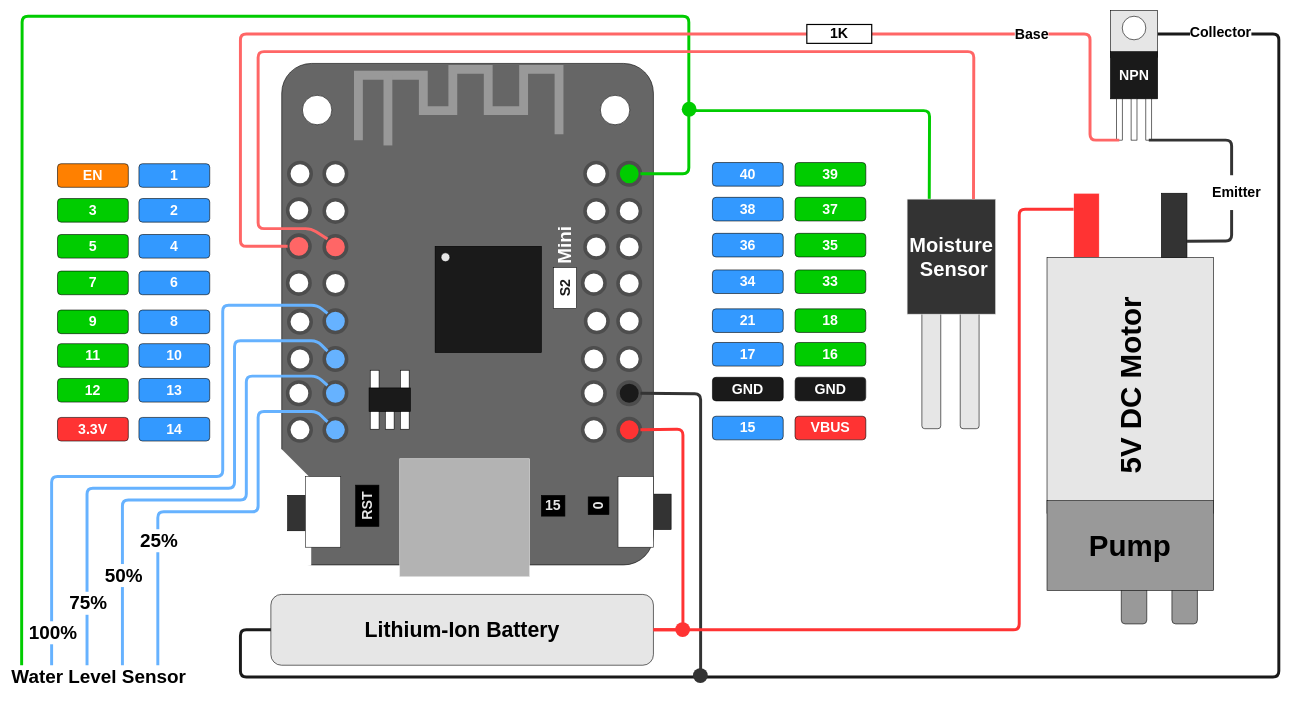
Before: Web/img/esp32s2.drawio in dimecho/ESPTiny-Plant, a draw.io diagram. Source tidied: cells renumbered, new cells numbered last; positions are measured from the earlier drawing's top-left corner, leaving out a move shared by most shapes. Both pictures are drawn from the tidied source at 59%, with x=0, y=0 at pixel (10, 10).
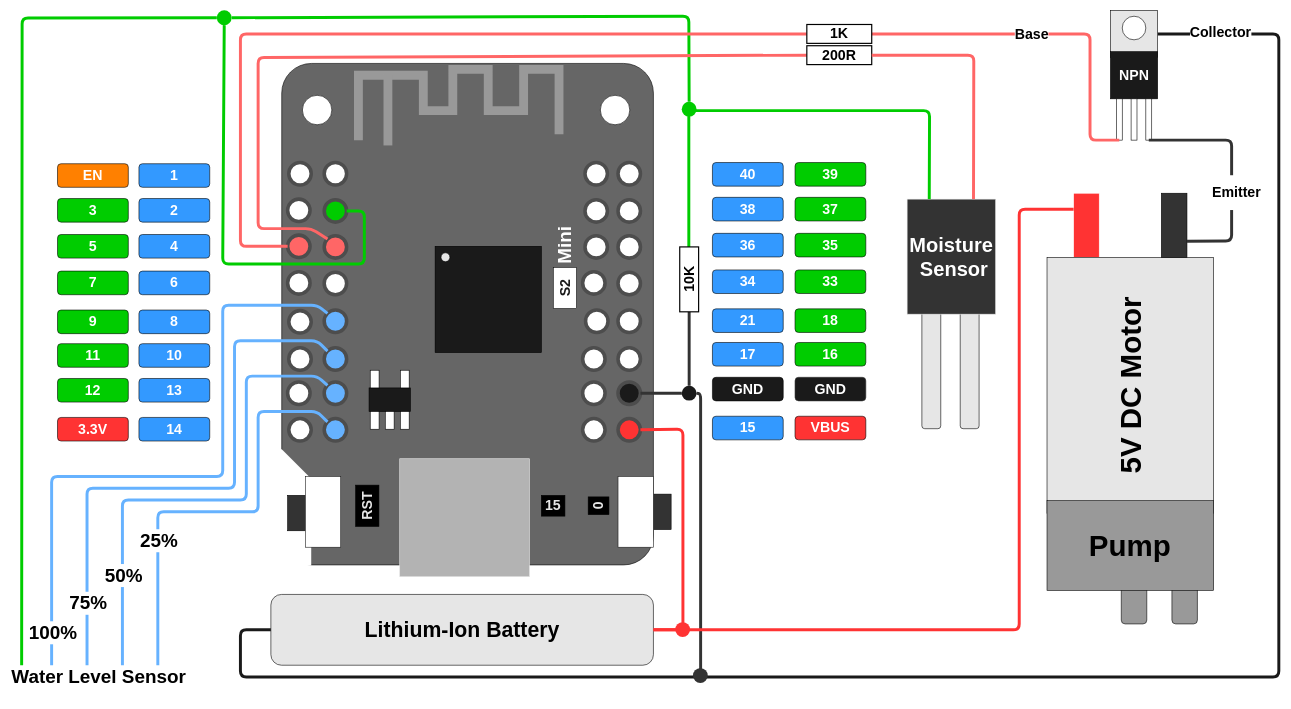
The same page after the edit.

Unchanged cells that the change refers to:
```xml
<mxCell id="70" style="ellipse;whiteSpace=wrap;html=1;strokeWidth=6;strokeColor=#4D4D4D;fillColor=#FF6666;" parent="1" vertex="1">
  <mxGeometry x="532" y="382" width="38" height="38" as="geometry" />
</mxCell>
<mxCell id="82" style="ellipse;whiteSpace=wrap;html=1;strokeWidth=6;strokeColor=#4D4D4D;fillColor=#1A1A1A;" parent="1" vertex="1">
  <mxGeometry x="1030" y="630" width="38" height="38" as="geometry" />
</mxCell>
<mxCell id="103" value="&lt;h2 style=&quot;font-size: 34px;&quot;&gt;&lt;font style=&quot;font-size: 34px;&quot; color=&quot;#ffffff&quot;&gt;Moisture&lt;/font&gt;&lt;font style=&quot;font-size: 34px;&quot;&gt;&lt;br&gt;&lt;font style=&quot;font-size: 34px;&quot; color=&quot;#ffffff&quot;&gt;&amp;nbsp;Sensor&lt;/font&gt;&lt;/font&gt;&lt;/h2&gt;" style="rounded=0;whiteSpace=wrap;html=1;strokeColor=#E6E6E6;fillColor=#333333;fontSize=24;fontColor=#333333;" parent="100" vertex="1">
  <mxGeometry x="10" width="150" height="195" as="geometry" />
</mxCell>
<mxCell id="121" style="ellipse;whiteSpace=wrap;html=1;strokeWidth=6;strokeColor=none;fillColor=#333333;" parent="1" vertex="1">
  <mxGeometry x="1157" y="1115" width="25.1" height="25.1" as="geometry" />
</mxCell>
<mxCell id="128" value="&lt;h1 style=&quot;font-size: 25px;&quot;&gt;&lt;font style=&quot;font-size: 32px;&quot;&gt;Water Level Sensor&lt;/font&gt;&lt;/h1&gt;" style="text;html=1;strokeColor=none;fillColor=none;align=center;verticalAlign=middle;whiteSpace=wrap;rounded=0;" parent="1" vertex="1">
  <mxGeometry y="1115" width="300" height="30" as="geometry" />
</mxCell>
<mxCell id="130" style="ellipse;whiteSpace=wrap;html=1;strokeWidth=6;strokeColor=none;fillColor=#00CC00;" parent="1" vertex="1">
  <mxGeometry x="1138" y="155" width="25.1" height="25.1" as="geometry" />
</mxCell>
```

Diff of the diagram source:
```diff
@@
+    <mxCell id="136" style="endArrow=none;html=1;strokeColor=#00CC00;strokeWidth=5;exitX=1;exitY=0.5;exitDx=0;exitDy=0;entryX=0.5;entryY=0;entryDx=0;entryDy=0;" parent="1" edge="1" source="144" target="130">
+      <mxGeometry relative="1" as="geometry">
+        <Array as="points">
+          <mxPoint x="1150" y="10" />
+        </Array>
+      </mxGeometry>
+    </mxCell>
@@
-    <mxCell id="71" style="ellipse;whiteSpace=wrap;html=1;strokeWidth=6;strokeColor=#4D4D4D;fillColor=#FFFFFF;" parent="1" vertex="1">
+    <mxCell id="71" style="ellipse;whiteSpace=wrap;html=1;strokeWidth=6;strokeColor=#4D4D4D;fillColor=#00CC00;" parent="1" vertex="1">
       <mxGeometry x="532" y="321" width="38" height="38" as="geometry" />
     </mxCell>
@@
-    <mxCell id="88" style="ellipse;whiteSpace=wrap;html=1;strokeWidth=6;strokeColor=#4D4D4D;fillColor=#00CC00;" parent="1" vertex="1">
+    <mxCell id="88" style="ellipse;whiteSpace=wrap;html=1;strokeWidth=6;strokeColor=#4D4D4D;fillColor=#FFFFFF;" parent="1" vertex="1">
       <mxGeometry x="1030" y="258" width="38" height="38" as="geometry" />
     </mxCell>
@@
-    <mxCell id="99" style="endArrow=none;html=1;strokeColor=#00CC00;strokeWidth=5;entryX=1;entryY=0.5;entryDx=0;entryDy=0;exitX=0.25;exitY=0;exitDx=0;exitDy=0;" parent="1" edge="1" source="103" target="88">
+    <mxCell id="99" style="endArrow=none;html=1;strokeColor=#00CC00;strokeWidth=5;entryX=1;entryY=0.5;entryDx=0;entryDy=0;exitX=0.5;exitY=1;exitDx=0;exitDy=0;" parent="1" edge="1" source="144" target="71">
       <mxGeometry relative="1" as="geometry">
         <Array as="points">
-          <mxPoint x="1558" y="170" />
-          <mxPoint x="1150" y="170" />
-          <mxPoint x="1150" y="277" />
+          <mxPoint x="360" y="430" />
+          <mxPoint x="600" y="430" />
+          <mxPoint x="600" y="340" />
         </Array>
       </mxGeometry>
     </mxCell>
@@
-    <mxCell id="110" style="endArrow=none;html=1;strokeColor=#333333;strokeWidth=5;exitX=1;exitY=0.5;exitDx=0;exitDy=0;entryX=0.5;entryY=0;entryDx=0;entryDy=0;" parent="1" edge="1" source="82" target="121">
+    <mxCell id="110" style="endArrow=none;html=1;strokeColor=#333333;strokeWidth=5;exitX=1;exitY=0.5;exitDx=0;exitDy=0;entryX=0.5;entryY=0;entryDx=0;entryDy=0;" parent="1" edge="1" source="140" target="121">
       <mxGeometry relative="1" as="geometry">
         <Array as="points">
           <mxPoint x="1170" y="650" />
           <mxPoint x="1170" y="1130" />
         </Array>
       </mxGeometry>
     </mxCell>
@@
-    <mxCell id="129" style="endArrow=none;html=1;strokeColor=#00CC00;strokeWidth=5;exitX=0.064;exitY=-0.159;exitDx=0;exitDy=0;exitPerimeter=0;" parent="1" edge="1" source="128">
+    <mxCell id="129" style="endArrow=none;html=1;strokeColor=#00CC00;strokeWidth=5;exitX=0.064;exitY=-0.159;exitDx=0;exitDy=0;exitPerimeter=0;entryX=0;entryY=0.5;entryDx=0;entryDy=0;" parent="1" edge="1" source="128" target="144">
       <mxGeometry relative="1" as="geometry">
-        <mxPoint x="1150" y="180" as="targetPoint" />
         <Array as="points">
-          <mxPoint x="20" y="10" />
-          <mxPoint x="1150" y="10" />
+          <mxPoint x="20" y="13" />
         </Array>
       </mxGeometry>
     </mxCell>
@@
-    <mxCell id="132" style="endArrow=none;html=1;strokeColor=#FF6666;strokeWidth=5;entryX=0;entryY=0;entryDx=0;entryDy=0;exitX=0.75;exitY=0;exitDx=0;exitDy=0;" parent="1" edge="1" source="103" target="70">
+    <mxCell id="132" style="endArrow=none;html=1;strokeColor=#FF6666;strokeWidth=5;entryX=0;entryY=0;entryDx=0;entryDy=0;exitX=0;exitY=0.5;exitDx=0;exitDy=0;" parent="1" edge="1" source="141" target="70">
       <mxGeometry relative="1" as="geometry">
         <Array as="points">
-          <mxPoint x="1633" y="70" />
-          <mxPoint x="420" y="70" />
+          <mxPoint x="420" y="80" />
           <mxPoint x="420" y="370" />
           <mxPoint x="510" y="370" />
         </Array>
       </mxGeometry>
     </mxCell>
@@
+    <mxCell id="137" style="endArrow=none;html=1;strokeColor=#333333;strokeWidth=5;exitX=0;exitY=0.5;exitDx=0;exitDy=0;" parent="1" edge="1" source="140">
+      <mxGeometry relative="1" as="geometry">
+        <mxPoint x="1150" y="650" as="targetPoint" />
+      </mxGeometry>
+    </mxCell>
+    <mxCell id="138" style="endArrow=none;html=1;strokeColor=#333333;strokeWidth=5;exitX=1;exitY=0.5;exitDx=0;exitDy=0;" parent="1" edge="1" source="82" target="140">
+      <mxGeometry relative="1" as="geometry" />
+    </mxCell>
+    <mxCell id="139" style="endArrow=none;html=1;strokeColor=#333333;strokeWidth=5;exitX=0;exitY=0.5;exitDx=0;exitDy=0;" parent="1" edge="1" source="145" target="140">
+      <mxGeometry relative="1" as="geometry" />
+    </mxCell>
+    <mxCell id="140" style="ellipse;whiteSpace=wrap;html=1;strokeWidth=6;strokeColor=none;fillColor=#1A1A1A;" parent="1" vertex="1">
+      <mxGeometry x="1138" y="636.4" width="25.1" height="25.1" as="geometry" />
+    </mxCell>
+    <mxCell id="141" value="&lt;b&gt;&lt;font style=&quot;font-size: 24px;&quot;&gt;200R&lt;/font&gt;&lt;/b&gt;" style="rounded=0;whiteSpace=wrap;html=1;rotation=0;strokeWidth=2;" parent="1" vertex="1">
+      <mxGeometry x="1350" y="60" width="110" height="32" as="geometry" />
+    </mxCell>
+    <mxCell id="142" style="endArrow=none;html=1;strokeColor=#FF6666;strokeWidth=5;exitX=1;exitY=0.5;exitDx=0;exitDy=0;entryX=0.75;entryY=0;entryDx=0;entryDy=0;" parent="1" edge="1" source="141" target="103">
+      <mxGeometry relative="1" as="geometry">
+        <Array as="points">
+          <mxPoint x="1633" y="76" />
+        </Array>
+      </mxGeometry>
+    </mxCell>
+    <mxCell id="143" style="endArrow=none;html=1;strokeColor=#00CC00;strokeWidth=5;exitX=0.25;exitY=0;exitDx=0;exitDy=0;" parent="1" edge="1" source="103">
+      <mxGeometry relative="1" as="geometry">
+        <mxPoint x="1150" y="410" as="targetPoint" />
+        <Array as="points">
+          <mxPoint x="1558" y="170" />
+          <mxPoint x="1150" y="170" />
+        </Array>
+      </mxGeometry>
+    </mxCell>
+    <mxCell id="144" style="ellipse;whiteSpace=wrap;html=1;strokeWidth=6;strokeColor=none;fillColor=#00CC00;" parent="1" vertex="1">
+      <mxGeometry x="350" width="25.1" height="25.1" as="geometry" />
+    </mxCell>
+    <mxCell id="145" value="&lt;h1&gt;10K&lt;/h1&gt;" style="rounded=0;whiteSpace=wrap;html=1;rotation=-90;strokeWidth=2;" parent="1" vertex="1">
+      <mxGeometry x="1095.6" y="440" width="110" height="32" as="geometry" />
+    </mxCell>
```
